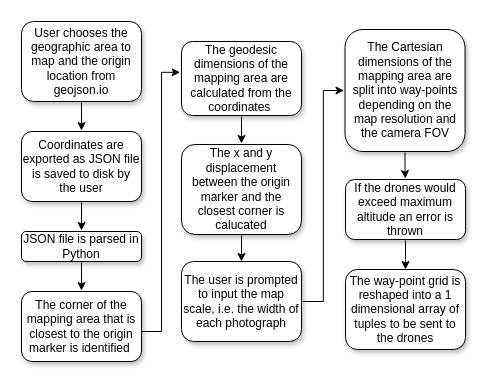
The draw.io diagram geo_coordinates_flow_diagramdrawio.drawio in ot316/Masters-Project-Ground-Control-Server, before the edit. Source tidied: cells renumbered, new cells numbered last; positions are measured from the earlier drawing's top-left corner, leaving out a move shared by most shapes. Both pictures are drawn from the tidied source at 100%, with x=0, y=0 at pixel (21, 21).
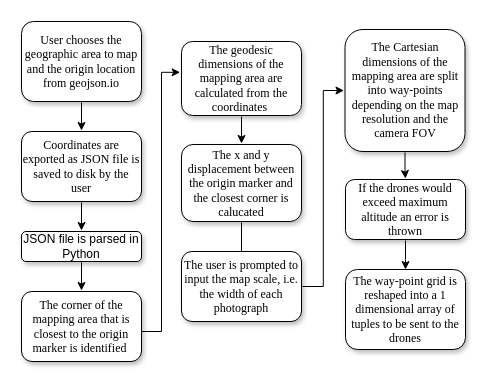
The same diagram, later.

Diff of the diagram source:
```diff
@@
-    <mxCell id="2" value="User chooses the geographic area to map and the origin location from geojson.io" style="rounded=1;whiteSpace=wrap;html=1;fontSize=12;glass=0;strokeWidth=1;shadow=1;perimeterSpacing=1;" parent="1" vertex="1">
+    <mxCell id="2" value="&lt;font face=&quot;Times New Roman&quot;&gt;User chooses the geographic area to map and the origin location from geojson.io&lt;/font&gt;" style="rounded=1;whiteSpace=wrap;html=1;fontSize=12;glass=0;strokeWidth=1;shadow=1;perimeterSpacing=1;" parent="1" vertex="1">
       <mxGeometry width="120" height="80" as="geometry" />
     </mxCell>
@@
-    <mxCell id="5" value="Coordinates are exported as&amp;nbsp;JSON file is saved to disk by the user" style="rounded=1;whiteSpace=wrap;html=1;fontSize=12;glass=0;strokeWidth=1;shadow=1;perimeterSpacing=1;" parent="1" vertex="1">
+    <mxCell id="5" value="&lt;font face=&quot;Times New Roman&quot;&gt;Coordinates are exported as&amp;nbsp;JSON file is saved to disk by the user&lt;/font&gt;" style="rounded=1;whiteSpace=wrap;html=1;fontSize=12;glass=0;strokeWidth=1;shadow=1;perimeterSpacing=1;" parent="1" vertex="1">
       <mxGeometry y="110" width="120" height="70" as="geometry" />
     </mxCell>
@@
-    <mxCell id="8" value="The corner of the mapping area that is closest to the origin marker is identified&amp;nbsp;" style="rounded=1;whiteSpace=wrap;html=1;fontSize=12;glass=0;strokeWidth=1;shadow=1;perimeterSpacing=1;" parent="1" vertex="1">
+    <mxCell id="8" value="&lt;font face=&quot;Times New Roman&quot;&gt;The corner of the mapping area that is closest to the origin marker is identified&amp;nbsp;&lt;/font&gt;" style="rounded=1;whiteSpace=wrap;html=1;fontSize=12;glass=0;strokeWidth=1;shadow=1;perimeterSpacing=1;" parent="1" vertex="1">
       <mxGeometry y="270" width="120" height="70" as="geometry" />
     </mxCell>
@@
-    <mxCell id="11" value="The geodesic dimensions of the mapping area are calculated from the coordinates&amp;nbsp;" style="rounded=1;whiteSpace=wrap;html=1;fontSize=12;glass=0;strokeWidth=1;shadow=1;perimeterSpacing=1;" parent="1" vertex="1">
+    <mxCell id="11" value="&lt;font face=&quot;Times New Roman&quot;&gt;The geodesic dimensions of the mapping area are calculated from the coordinates&amp;nbsp;&lt;/font&gt;" style="rounded=1;whiteSpace=wrap;html=1;fontSize=12;glass=0;strokeWidth=1;shadow=1;perimeterSpacing=1;" parent="1" vertex="1">
       <mxGeometry x="160" y="20" width="120" height="74" as="geometry" />
     </mxCell>
@@
-    <mxCell id="13" value="The x and y displacement between the origin marker and the closest corner is calucated" style="rounded=1;whiteSpace=wrap;html=1;fontSize=12;glass=0;strokeWidth=1;shadow=1;perimeterSpacing=1;" parent="1" vertex="1">
-      <mxGeometry x="160" y="123" width="120" height="90" as="geometry" />
+    <mxCell id="13" value="&lt;font face=&quot;Times New Roman&quot;&gt;The x and y displacement between the origin marker and the closest corner is calucated&lt;/font&gt;" style="rounded=1;whiteSpace=wrap;html=1;fontSize=12;glass=0;strokeWidth=1;shadow=1;perimeterSpacing=1;" parent="1" vertex="1">
+      <mxGeometry x="160" y="123" width="120" height="77" as="geometry" />
     </mxCell>
@@
-    <mxCell id="15" value="The user is prompted to input the map scale, i.e. the width of each photograph" style="rounded=1;whiteSpace=wrap;html=1;fontSize=12;glass=0;strokeWidth=1;shadow=1;perimeterSpacing=1;" parent="1" vertex="1">
-      <mxGeometry x="160" y="240" width="120" height="80" as="geometry" />
+    <mxCell id="15" value="&lt;font face=&quot;Times New Roman&quot;&gt;The user is prompted to input the map scale, i.e. the width of each photograph&lt;/font&gt;" style="rounded=1;whiteSpace=wrap;html=1;fontSize=12;glass=0;strokeWidth=1;shadow=1;perimeterSpacing=1;" parent="1" vertex="1">
+      <mxGeometry x="160" y="230" width="120" height="70" as="geometry" />
     </mxCell>
@@
-    <mxCell id="17" value="The Cartesian dimensions of the mapping area are split into way-points depending on the map resolution and the camera FOV" style="rounded=1;whiteSpace=wrap;html=1;fontSize=12;glass=0;strokeWidth=1;shadow=1;perimeterSpacing=1;" parent="1" vertex="1">
+    <mxCell id="17" value="&lt;font face=&quot;Times New Roman&quot;&gt;The Cartesian dimensions of the mapping area are split into way-points depending on the map resolution and the camera FOV&lt;/font&gt;" style="rounded=1;whiteSpace=wrap;html=1;fontSize=12;glass=0;strokeWidth=1;shadow=1;perimeterSpacing=1;" parent="1" vertex="1">
       <mxGeometry x="323.5" y="8" width="120" height="122" as="geometry" />
     </mxCell>
@@
-    <mxCell id="19" value="If the drones would exceed maximum altitude an error is thrown" style="rounded=1;whiteSpace=wrap;html=1;fontSize=12;glass=0;strokeWidth=1;shadow=1;perimeterSpacing=1;" parent="1" vertex="1">
+    <mxCell id="19" value="&lt;font face=&quot;Times New Roman&quot;&gt;If the drones would exceed maximum altitude an error is thrown&lt;/font&gt;" style="rounded=1;whiteSpace=wrap;html=1;fontSize=12;glass=0;strokeWidth=1;shadow=1;perimeterSpacing=1;" parent="1" vertex="1">
       <mxGeometry x="324" y="158" width="120" height="60" as="geometry" />
     </mxCell>
-    <mxCell id="20" value="The way-point grid is reshaped into a 1 dimensional array of tuples to be sent to the drones" style="rounded=1;whiteSpace=wrap;html=1;fontSize=12;glass=0;strokeWidth=1;shadow=1;perimeterSpacing=1;" parent="1" vertex="1">
+    <mxCell id="20" value="&lt;font face=&quot;Times New Roman&quot;&gt;The way-point grid is reshaped into a 1 dimensional array of tuples to be sent to the drones&lt;/font&gt;" style="rounded=1;whiteSpace=wrap;html=1;fontSize=12;glass=0;strokeWidth=1;shadow=1;perimeterSpacing=1;" parent="1" vertex="1">
       <mxGeometry x="324" y="248" width="120" height="80" as="geometry" />
     </mxCell>
```
